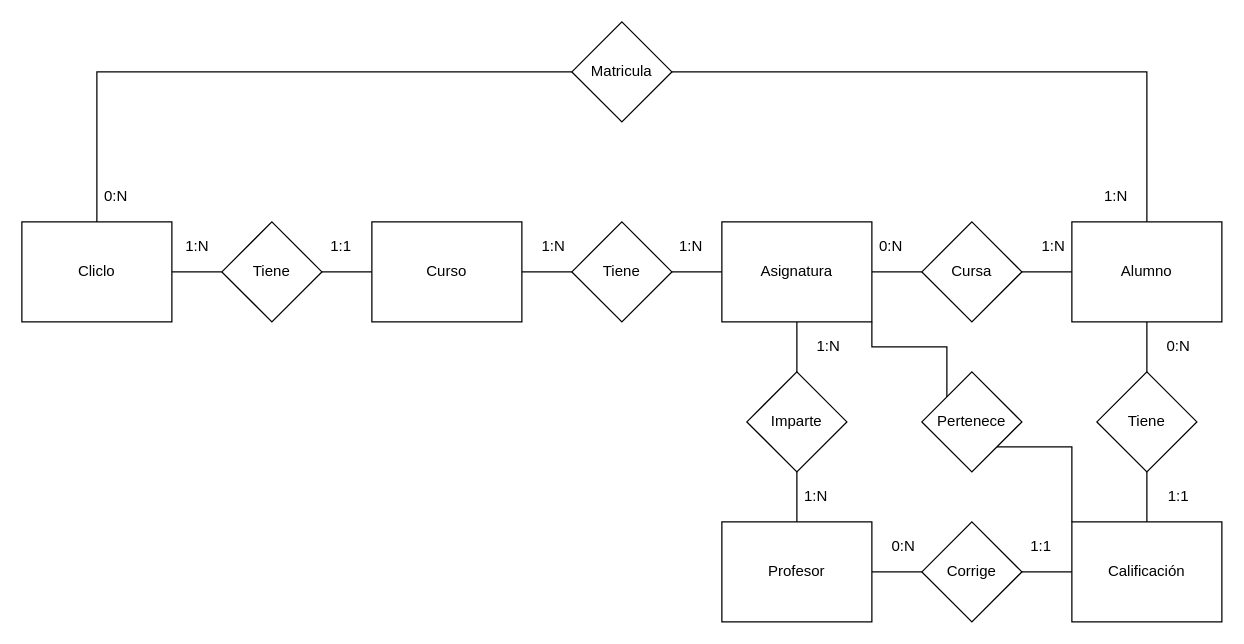
Above: Diagrama sin título.drawio in erpozo/ITECsimulation (draw.io), before the change. Source tidied: cells renumbered, new cells numbered last; positions are measured from the earlier drawing's top-left corner, leaving out a move shared by most shapes. Both pictures are drawn from the tidied source at 125%, with x=0, y=0 at pixel (21, 21).
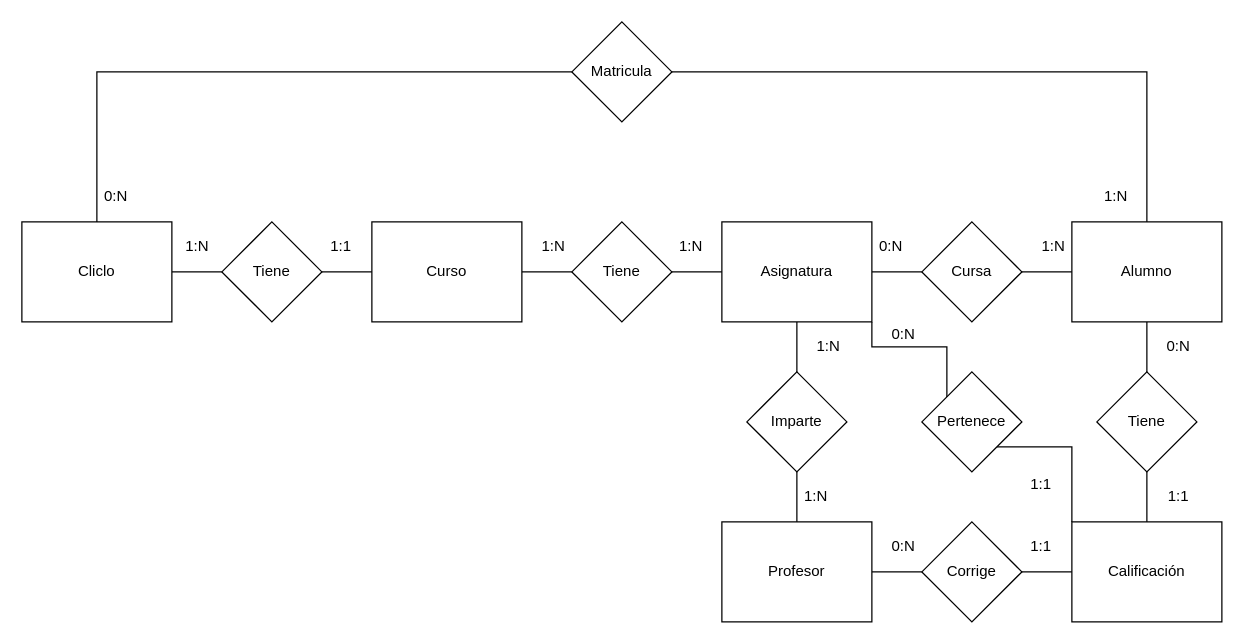
After the change.

The edit, as a diff of the source:
```diff
@@
+    <mxCell id="46" value="1:1" style="text;html=1;align=center;verticalAlign=middle;strokeColor=none;fillColor=none;" parent="1" vertex="1">
+      <mxGeometry x="800" y="360" width="30" height="20" as="geometry" />
+    </mxCell>
+    <mxCell id="47" value="0:N" style="text;html=1;align=center;verticalAlign=middle;strokeColor=none;fillColor=none;" parent="1" vertex="1">
+      <mxGeometry x="690" y="240" width="30" height="20" as="geometry" />
+    </mxCell>
```
